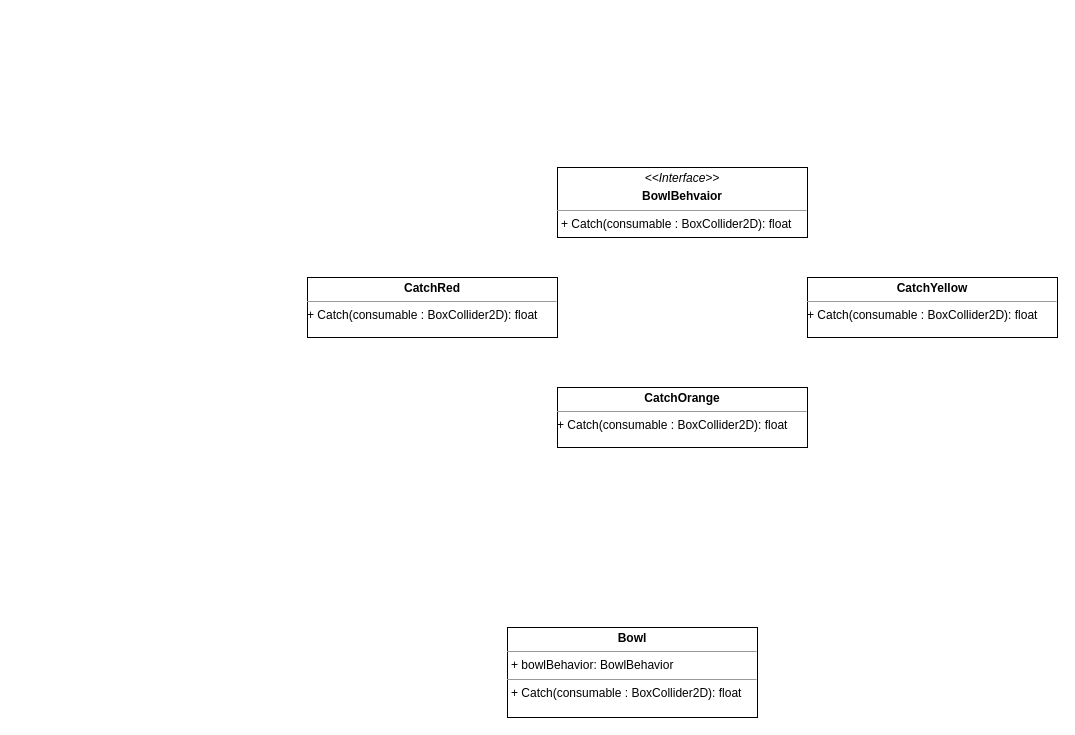
This is Assignment2.drawio from abreuker/CIS450, a draw.io file, before an edit. Source tidied: cells renumbered, new cells numbered last; positions are measured from the earlier drawing's top-left corner, leaving out a move shared by most shapes. Both pictures are drawn from the tidied source at 100%, with x=0, y=0 at pixel (307, 167).
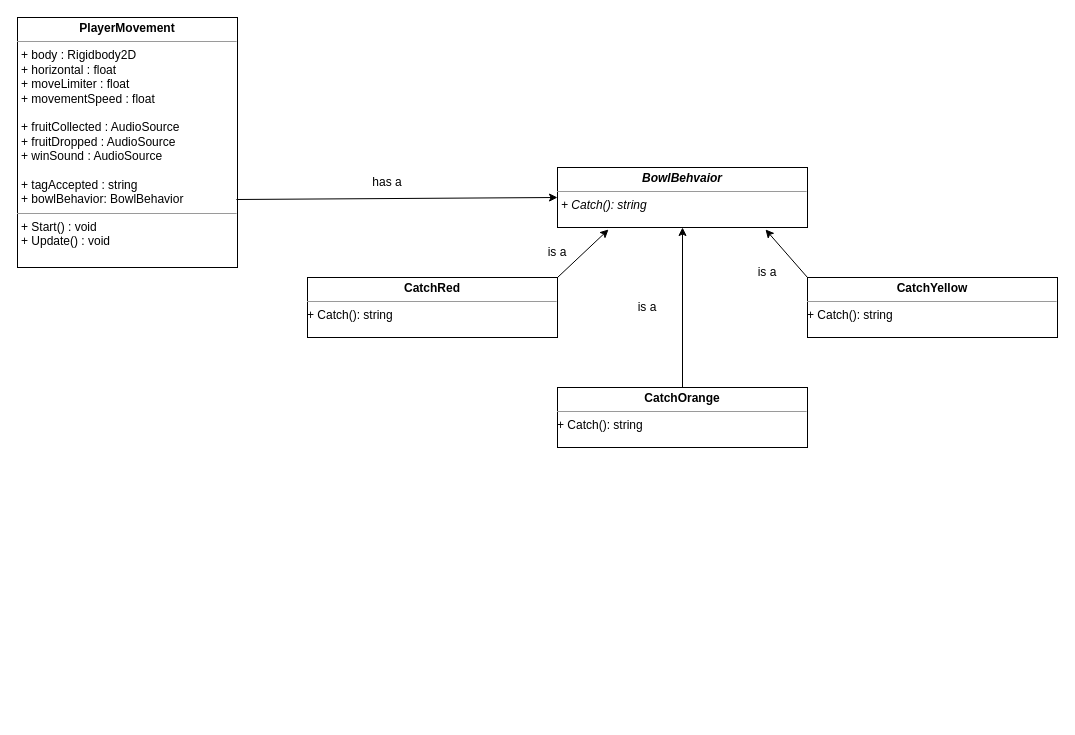
After the change.

What changed in the source:
```diff
@@
 <mxGraphModel>
   <root>
     <mxCell id="0" />
     <mxCell id="1" parent="0" />
-    <mxCell id="2" value="&lt;p style=&quot;margin:0px;margin-top:4px;text-align:center;&quot;&gt;&lt;i&gt;&amp;lt;&amp;lt;Interface&amp;gt;&amp;gt;&lt;/i&gt;&lt;/p&gt;&lt;p style=&quot;margin:0px;margin-top:4px;text-align:center;&quot;&gt;&lt;b&gt;BowlBehvaior&lt;/b&gt;&lt;b&gt;&lt;br&gt;&lt;/b&gt;&lt;/p&gt;&lt;hr size=&quot;1&quot;&gt;&lt;p style=&quot;margin:0px;margin-left:4px;&quot;&gt;+ Catch(consumable : BoxCollider2D): float&lt;br&gt;&lt;/p&gt;" style="verticalAlign=top;align=left;overflow=fill;fontSize=12;fontFamily=Helvetica;html=1;" parent="1" vertex="1">
-      <mxGeometry x="250" width="250" height="70" as="geometry" />
+    <mxCell id="2" value="&lt;p style=&quot;margin:0px;margin-top:4px;text-align:center;&quot;&gt;&lt;i&gt;&lt;b&gt;BowlBehvaior&lt;/b&gt;&lt;/i&gt;&lt;b&gt;&lt;br&gt;&lt;/b&gt;&lt;/p&gt;&lt;hr size=&quot;1&quot;&gt;&lt;p style=&quot;margin:0px;margin-left:4px;&quot;&gt;&lt;i&gt;+ Catch(): string&lt;br&gt;&lt;/i&gt;&lt;/p&gt;" style="verticalAlign=top;align=left;overflow=fill;fontSize=12;fontFamily=Helvetica;html=1;" parent="1" vertex="1">
+      <mxGeometry x="250" width="250" height="60" as="geometry" />
     </mxCell>
-    <mxCell id="3" value="&lt;p style=&quot;margin:0px;margin-top:4px;text-align:center;&quot;&gt;&lt;b&gt;CatchRed&lt;/b&gt;&lt;/p&gt;&lt;hr size=&quot;1&quot;&gt;+ Catch(consumable : BoxCollider2D): float" style="verticalAlign=top;align=left;overflow=fill;fontSize=12;fontFamily=Helvetica;html=1;" parent="1" vertex="1">
+    <mxCell id="3" value="&lt;p style=&quot;margin:0px;margin-top:4px;text-align:center;&quot;&gt;&lt;b&gt;CatchRed&lt;/b&gt;&lt;/p&gt;&lt;hr size=&quot;1&quot;&gt;+ Catch(): string" style="verticalAlign=top;align=left;overflow=fill;fontSize=12;fontFamily=Helvetica;html=1;" parent="1" vertex="1">
       <mxGeometry y="110" width="250" height="60" as="geometry" />
     </mxCell>
-    <mxCell id="4" value="&lt;p style=&quot;margin:0px;margin-top:4px;text-align:center;&quot;&gt;&lt;b&gt;CatchYellow&lt;/b&gt;&lt;/p&gt;&lt;hr size=&quot;1&quot;&gt;+ Catch(consumable : BoxCollider2D): float" style="verticalAlign=top;align=left;overflow=fill;fontSize=12;fontFamily=Helvetica;html=1;" parent="1" vertex="1">
+    <mxCell id="4" value="&lt;p style=&quot;margin:0px;margin-top:4px;text-align:center;&quot;&gt;&lt;b&gt;CatchYellow&lt;/b&gt;&lt;/p&gt;&lt;hr size=&quot;1&quot;&gt;+ Catch(): string" style="verticalAlign=top;align=left;overflow=fill;fontSize=12;fontFamily=Helvetica;html=1;" parent="1" vertex="1">
       <mxGeometry x="500" y="110" width="250" height="60" as="geometry" />
     </mxCell>
-    <mxCell id="5" value="&lt;p style=&quot;margin:0px;margin-top:4px;text-align:center;&quot;&gt;&lt;b&gt;CatchOrange&lt;/b&gt;&lt;/p&gt;&lt;hr size=&quot;1&quot;&gt;+ Catch(consumable : BoxCollider2D): float" style="verticalAlign=top;align=left;overflow=fill;fontSize=12;fontFamily=Helvetica;html=1;" parent="1" vertex="1">
+    <mxCell id="5" value="&lt;p style=&quot;margin:0px;margin-top:4px;text-align:center;&quot;&gt;&lt;b&gt;CatchOrange&lt;/b&gt;&lt;/p&gt;&lt;hr size=&quot;1&quot;&gt;+ Catch(): string" style="verticalAlign=top;align=left;overflow=fill;fontSize=12;fontFamily=Helvetica;html=1;" parent="1" vertex="1">
       <mxGeometry x="250" y="220" width="250" height="60" as="geometry" />
     </mxCell>
-    <mxCell id="6" value="&lt;p style=&quot;margin:0px;margin-top:4px;text-align:center;&quot;&gt;&lt;b&gt;Bowl&lt;/b&gt;&lt;br&gt;&lt;/p&gt;&lt;hr size=&quot;1&quot;&gt;&lt;p style=&quot;margin:0px;margin-left:4px;&quot;&gt;+ bowlBehavior: BowlBehavior&lt;/p&gt;&lt;hr size=&quot;1&quot;&gt;&lt;p style=&quot;margin:0px;margin-left:4px;&quot;&gt;+ Catch(consumable : BoxCollider2D): float&lt;/p&gt;" style="verticalAlign=top;align=left;overflow=fill;fontSize=12;fontFamily=Helvetica;html=1;" parent="1" vertex="1">
-      <mxGeometry x="200" y="460" width="250" height="90" as="geometry" />
-    </mxCell>
+    <mxCell id="7" style="endArrow=classic;html=1;rounded=0;exitX=1;exitY=0;exitDx=0;exitDy=0;entryX=0.204;entryY=1.033;entryDx=0;entryDy=0;entryPerimeter=0;" parent="1" edge="1" source="3" target="2">
+      <mxGeometry relative="1" as="geometry" />
+    </mxCell>
+    <mxCell id="8" style="endArrow=classic;html=1;rounded=0;exitX=0.5;exitY=0;exitDx=0;exitDy=0;entryX=0.5;entryY=1;entryDx=0;entryDy=0;" parent="1" edge="1" source="5" target="2">
+      <mxGeometry relative="1" as="geometry" />
+    </mxCell>
+    <mxCell id="9" style="endArrow=classic;html=1;rounded=0;exitX=0;exitY=0;exitDx=0;exitDy=0;entryX=0.832;entryY=1.033;entryDx=0;entryDy=0;entryPerimeter=0;" parent="1" edge="1" source="4" target="2">
+      <mxGeometry relative="1" as="geometry" />
+    </mxCell>
+    <mxCell id="10" value="&lt;p style=&quot;margin:0px;margin-top:4px;text-align:center;&quot;&gt;&lt;b&gt;PlayerMovement&lt;/b&gt;&lt;br&gt;&lt;/p&gt;&lt;hr size=&quot;1&quot;&gt;&lt;p style=&quot;margin:0px;margin-left:4px;&quot;&gt;+ body : Rigidbody2D&lt;/p&gt;&lt;p style=&quot;margin:0px;margin-left:4px;&quot;&gt;+ horizontal : float&lt;/p&gt;&lt;p style=&quot;margin:0px;margin-left:4px;&quot;&gt;+ moveLimiter : float&lt;/p&gt;&lt;p style=&quot;margin:0px;margin-left:4px;&quot;&gt;+ movementSpeed : float&lt;/p&gt;&lt;p style=&quot;margin:0px;margin-left:4px;&quot;&gt;&lt;br&gt;&lt;/p&gt;&lt;p style=&quot;margin:0px;margin-left:4px;&quot;&gt;+ fruitCollected : AudioSource&lt;/p&gt;&lt;p style=&quot;margin:0px;margin-left:4px;&quot;&gt;+ fruitDropped : AudioSource&lt;/p&gt;&lt;p style=&quot;margin:0px;margin-left:4px;&quot;&gt;+ winSound : AudioSource&lt;br&gt;&lt;/p&gt;&lt;p style=&quot;margin:0px;margin-left:4px;&quot;&gt;&lt;br&gt;&lt;/p&gt;&lt;p style=&quot;margin:0px;margin-left:4px;&quot;&gt;+ tagAccepted : string&lt;br&gt;&lt;/p&gt;&lt;p style=&quot;margin:0px;margin-left:4px;&quot;&gt;+ bowlBehavior: BowlBehavior&lt;/p&gt;&lt;p style=&quot;margin:0px;margin-left:4px;&quot;&gt;&lt;/p&gt;&lt;hr size=&quot;1&quot;&gt;&lt;p style=&quot;margin:0px;margin-left:4px;&quot;&gt;+ Start() : void&lt;/p&gt;&lt;p style=&quot;margin:0px;margin-left:4px;&quot;&gt;+ Update() : void&lt;br&gt;&lt;/p&gt;" style="verticalAlign=top;align=left;overflow=fill;fontSize=12;fontFamily=Helvetica;html=1;" parent="1" vertex="1">
+      <mxGeometry x="-290" y="-150" width="220" height="250" as="geometry" />
+    </mxCell>
+    <mxCell id="11" style="endArrow=classic;html=1;rounded=0;exitX=0.995;exitY=0.728;exitDx=0;exitDy=0;exitPerimeter=0;entryX=0;entryY=0.5;entryDx=0;entryDy=0;" parent="1" edge="1" source="10" target="2">
+      <mxGeometry relative="1" as="geometry" />
+    </mxCell>
+    <mxCell id="12" value="has a" style="text;html=1;strokeColor=none;fillColor=none;align=center;verticalAlign=middle;whiteSpace=wrap;rounded=0;" parent="1" vertex="1">
+      <mxGeometry x="50" width="60" height="30" as="geometry" />
+    </mxCell>
+    <mxCell id="13" value="is a" style="text;html=1;strokeColor=none;fillColor=none;align=center;verticalAlign=middle;whiteSpace=wrap;rounded=0;" parent="1" vertex="1">
+      <mxGeometry x="220" y="70" width="60" height="30" as="geometry" />
+    </mxCell>
+    <mxCell id="14" value="is a" style="text;html=1;strokeColor=none;fillColor=none;align=center;verticalAlign=middle;whiteSpace=wrap;rounded=0;" parent="1" vertex="1">
+      <mxGeometry x="310" y="125" width="60" height="30" as="geometry" />
+    </mxCell>
+    <mxCell id="15" value="is a" style="text;html=1;strokeColor=none;fillColor=none;align=center;verticalAlign=middle;whiteSpace=wrap;rounded=0;" parent="1" vertex="1">
+      <mxGeometry x="430" y="90" width="60" height="30" as="geometry" />
+    </mxCell>
   </root>
 </mxGraphModel>
```
